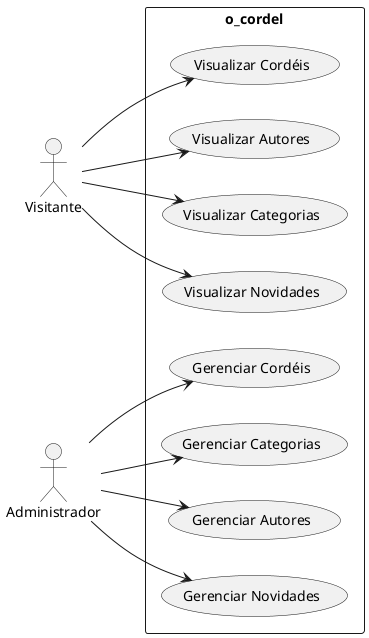
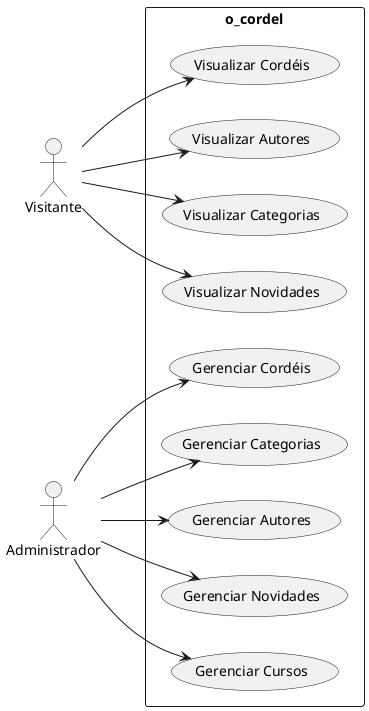
@startuml
left to right direction

actor "Visitante" as user
actor "Administrador" as admin

rectangle "o_cordel" {
    ' CDU Visitante
    usecase "Visualizar Cordéis" as UC1
    usecase "Visualizar Autores" as UC2
    usecase "Visualizar Categorias" as UC3
    usecase "Visualizar Novidades" as UC4

-     'CDU Administrador
+     ' CDU Administrador
    usecase "Gerenciar Cordéis" as UC5
    usecase "Gerenciar Categorias" as UC6
    usecase "Gerenciar Autores" as UC7
    usecase "Gerenciar Novidades" as UC8
+     usecase "Gerenciar Cursos" as UC9
}

' Conexões do Visitante
user --> UC1
user --> UC2
user --> UC3
user --> UC4

'Conexões do Administrador
admin --> UC5
admin --> UC6
admin --> UC7
admin --> UC8
+ admin --> UC9

@enduml